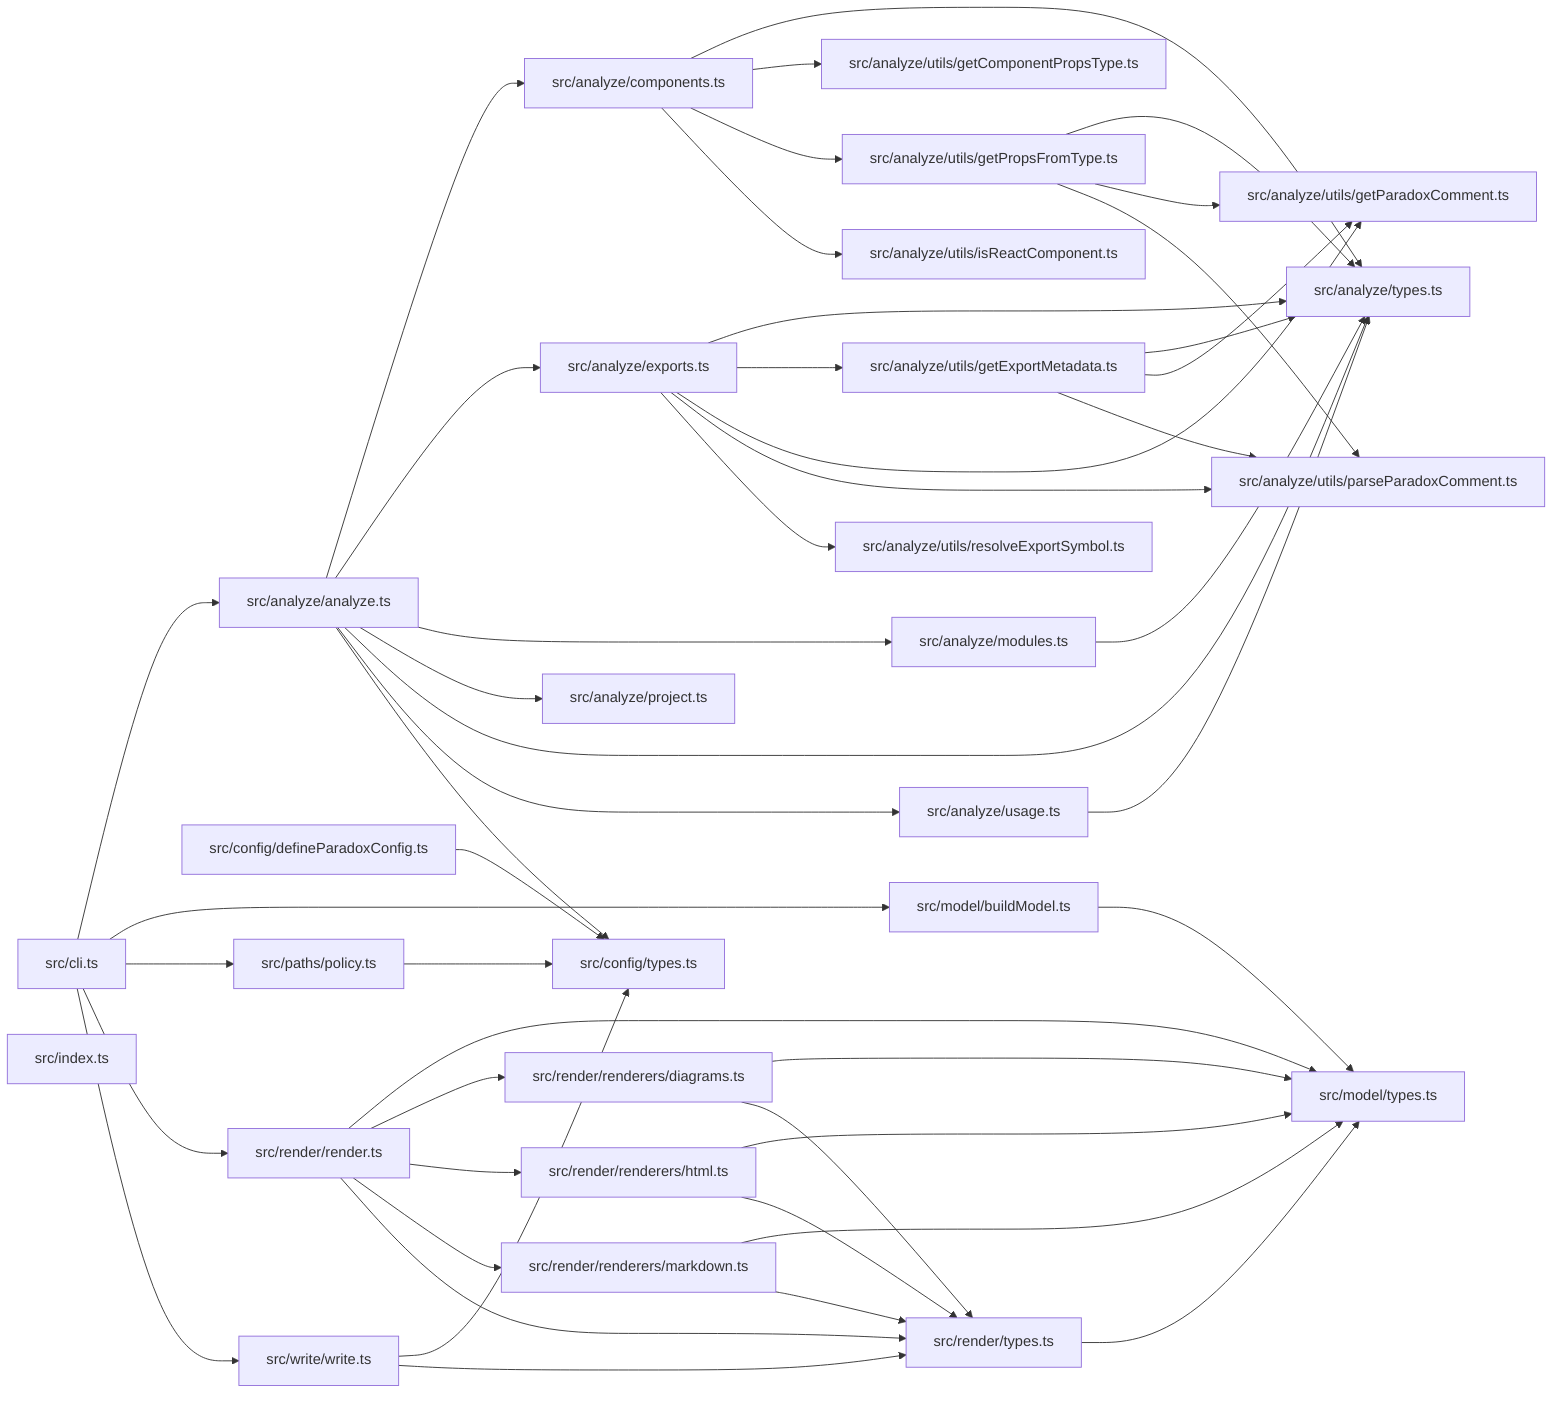
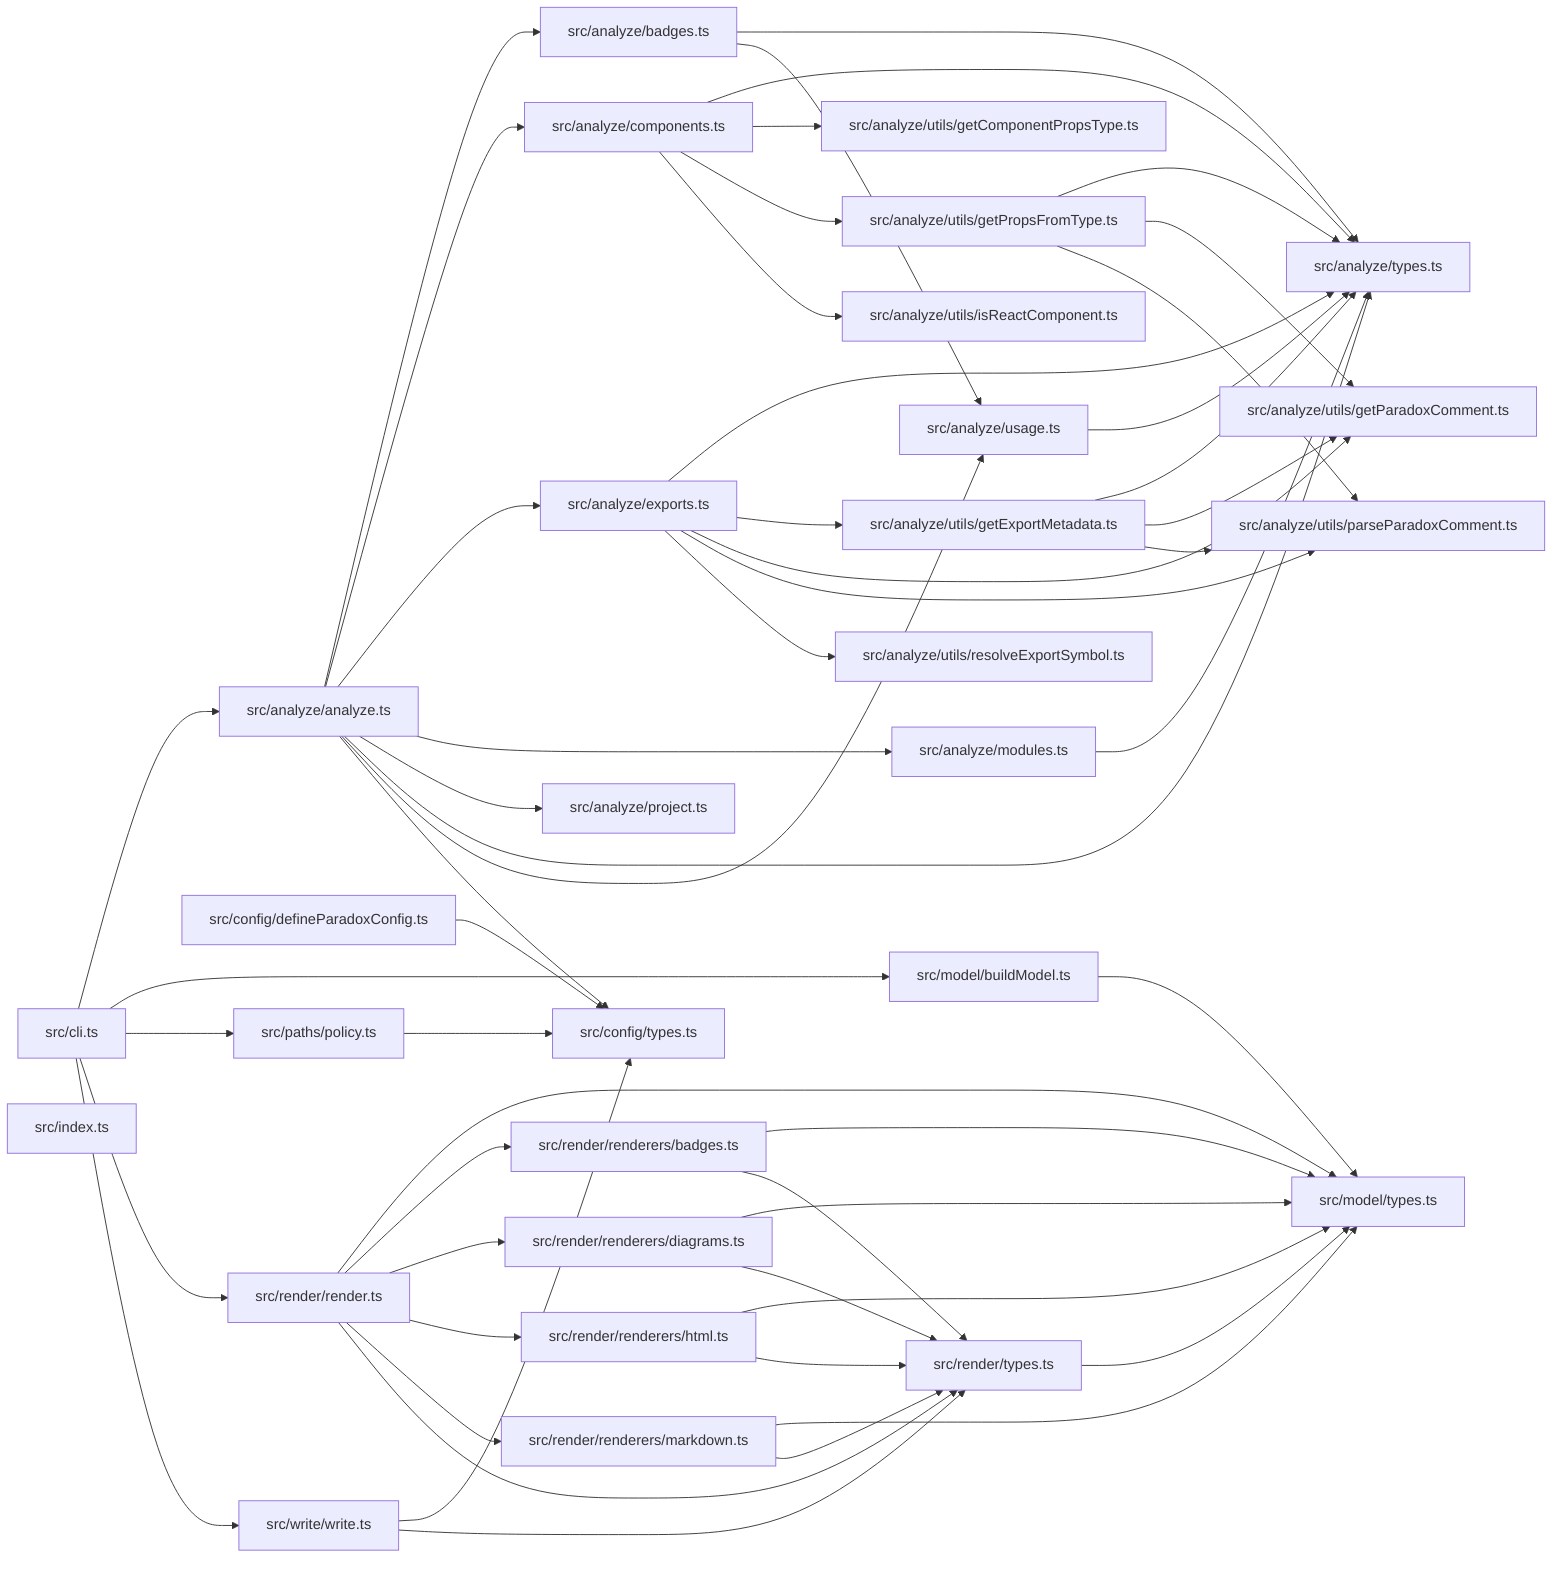
graph LR
  module_src_analyze_analyze_ts["src/analyze/analyze.ts"]
+   module_src_analyze_badges_ts["src/analyze/badges.ts"]
  module_src_analyze_components_ts["src/analyze/components.ts"]
  module_src_analyze_exports_ts["src/analyze/exports.ts"]
  module_src_analyze_modules_ts["src/analyze/modules.ts"]
  module_src_analyze_project_ts["src/analyze/project.ts"]
  module_src_analyze_types_ts["src/analyze/types.ts"]
  module_src_analyze_usage_ts["src/analyze/usage.ts"]
  module_src_analyze_utils_getComponentPropsType_ts["src/analyze/utils/getComponentPropsType.ts"]
  module_src_analyze_utils_getExportMetadata_ts["src/analyze/utils/getExportMetadata.ts"]
  module_src_analyze_utils_getParadoxComment_ts["src/analyze/utils/getParadoxComment.ts"]
  module_src_analyze_utils_getPropsFromType_ts["src/analyze/utils/getPropsFromType.ts"]
  module_src_analyze_utils_isReactComponent_ts["src/analyze/utils/isReactComponent.ts"]
  module_src_analyze_utils_parseParadoxComment_ts["src/analyze/utils/parseParadoxComment.ts"]
  module_src_analyze_utils_resolveExportSymbol_ts["src/analyze/utils/resolveExportSymbol.ts"]
  module_src_cli_ts["src/cli.ts"]
  module_src_config_defineParadoxConfig_ts["src/config/defineParadoxConfig.ts"]
  module_src_config_types_ts["src/config/types.ts"]
  module_src_index_ts["src/index.ts"]
  module_src_model_buildModel_ts["src/model/buildModel.ts"]
  module_src_model_types_ts["src/model/types.ts"]
  module_src_paths_policy_ts["src/paths/policy.ts"]
  module_src_render_render_ts["src/render/render.ts"]
+   module_src_render_renderers_badges_ts["src/render/renderers/badges.ts"]
  module_src_render_renderers_diagrams_ts["src/render/renderers/diagrams.ts"]
  module_src_render_renderers_html_ts["src/render/renderers/html.ts"]
  module_src_render_renderers_markdown_ts["src/render/renderers/markdown.ts"]
  module_src_render_types_ts["src/render/types.ts"]
  module_src_write_write_ts["src/write/write.ts"]
+   module_src_analyze_analyze_ts --> module_src_analyze_badges_ts
  module_src_analyze_analyze_ts --> module_src_analyze_components_ts
  module_src_analyze_analyze_ts --> module_src_analyze_exports_ts
  module_src_analyze_analyze_ts --> module_src_analyze_modules_ts
  module_src_analyze_analyze_ts --> module_src_analyze_project_ts
  module_src_analyze_analyze_ts --> module_src_analyze_types_ts
  module_src_analyze_analyze_ts --> module_src_analyze_usage_ts
  module_src_analyze_analyze_ts --> module_src_config_types_ts
+   module_src_analyze_badges_ts --> module_src_analyze_types_ts
+   module_src_analyze_badges_ts --> module_src_analyze_usage_ts
  module_src_analyze_components_ts --> module_src_analyze_types_ts
  module_src_analyze_components_ts --> module_src_analyze_utils_getComponentPropsType_ts
  module_src_analyze_components_ts --> module_src_analyze_utils_getPropsFromType_ts
  module_src_analyze_components_ts --> module_src_analyze_utils_isReactComponent_ts
  module_src_analyze_exports_ts --> module_src_analyze_types_ts
  module_src_analyze_exports_ts --> module_src_analyze_utils_getExportMetadata_ts
  module_src_analyze_exports_ts --> module_src_analyze_utils_getParadoxComment_ts
  module_src_analyze_exports_ts --> module_src_analyze_utils_parseParadoxComment_ts
  module_src_analyze_exports_ts --> module_src_analyze_utils_resolveExportSymbol_ts
  module_src_analyze_modules_ts --> module_src_analyze_types_ts
  module_src_analyze_usage_ts --> module_src_analyze_types_ts
  module_src_analyze_utils_getExportMetadata_ts --> module_src_analyze_types_ts
  module_src_analyze_utils_getExportMetadata_ts --> module_src_analyze_utils_getParadoxComment_ts
  module_src_analyze_utils_getExportMetadata_ts --> module_src_analyze_utils_parseParadoxComment_ts
  module_src_analyze_utils_getPropsFromType_ts --> module_src_analyze_types_ts
  module_src_analyze_utils_getPropsFromType_ts --> module_src_analyze_utils_getParadoxComment_ts
  module_src_analyze_utils_getPropsFromType_ts --> module_src_analyze_utils_parseParadoxComment_ts
  module_src_cli_ts --> module_src_analyze_analyze_ts
  module_src_cli_ts --> module_src_model_buildModel_ts
  module_src_cli_ts --> module_src_paths_policy_ts
  module_src_cli_ts --> module_src_render_render_ts
  module_src_cli_ts --> module_src_write_write_ts
  module_src_config_defineParadoxConfig_ts --> module_src_config_types_ts
  module_src_model_buildModel_ts --> module_src_model_types_ts
  module_src_paths_policy_ts --> module_src_config_types_ts
  module_src_render_render_ts --> module_src_model_types_ts
+   module_src_render_render_ts --> module_src_render_renderers_badges_ts
  module_src_render_render_ts --> module_src_render_renderers_diagrams_ts
  module_src_render_render_ts --> module_src_render_renderers_html_ts
  module_src_render_render_ts --> module_src_render_renderers_markdown_ts
  module_src_render_render_ts --> module_src_render_types_ts
+   module_src_render_renderers_badges_ts --> module_src_model_types_ts
+   module_src_render_renderers_badges_ts --> module_src_render_types_ts
  module_src_render_renderers_diagrams_ts --> module_src_model_types_ts
  module_src_render_renderers_diagrams_ts --> module_src_render_types_ts
  module_src_render_renderers_html_ts --> module_src_model_types_ts
  module_src_render_renderers_html_ts --> module_src_render_types_ts
  module_src_render_renderers_markdown_ts --> module_src_model_types_ts
  module_src_render_renderers_markdown_ts --> module_src_render_types_ts
  module_src_render_types_ts --> module_src_model_types_ts
  module_src_write_write_ts --> module_src_config_types_ts
  module_src_write_write_ts --> module_src_render_types_ts
